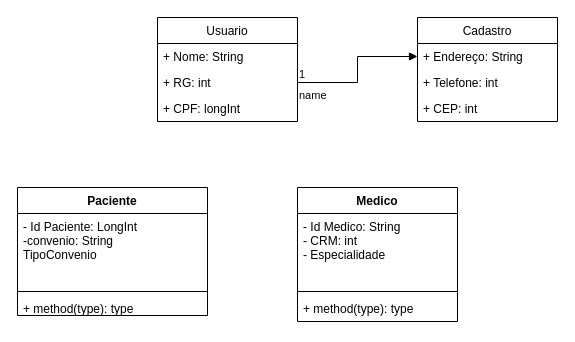
Before: Diagrama de Classe.drawio in MarcosHisamoto/chess, a draw.io diagram. Source tidied: cells renumbered, new cells numbered last; positions are measured from the earlier drawing's top-left corner, leaving out a move shared by most shapes. Both pictures are drawn from the tidied source at 100%, with x=0, y=0 at pixel (17, 17).
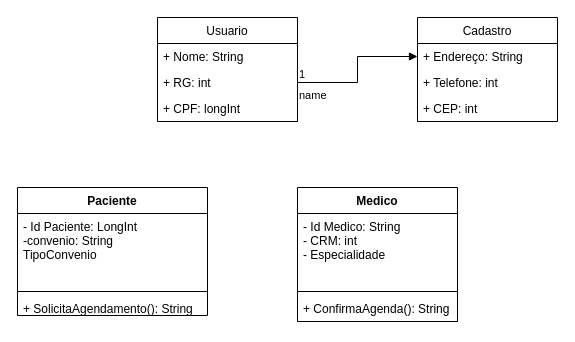
After the change.

Change to the diagram source:
```diff
@@
 <mxGraphModel>
   <root>
     <mxCell id="0" />
     <mxCell id="1" parent="0" />
     <mxCell id="2" value="Medico" style="swimlane;fontStyle=1;align=center;verticalAlign=top;horizontal=1;startSize=26;" parent="1" vertex="1">
       <mxGeometry x="280" y="170" width="160" height="134" as="geometry" />
     </mxCell>
     <mxCell id="3" value="- Id Medico: String&#10;- CRM: int&#10;- Especialidade&#10;" style="text;strokeColor=none;fillColor=none;align=left;verticalAlign=top;spacingLeft=4;spacingRight=4;overflow=hidden;" parent="2" vertex="1">
       <mxGeometry y="26" width="160" height="74" as="geometry" />
     </mxCell>
     <mxCell id="4" style="line;strokeWidth=1;fillColor=none;align=left;verticalAlign=middle;spacingTop=-1;spacingLeft=3;spacingRight=3;labelPosition=right;strokeColor=inherit;" parent="2" vertex="1">
       <mxGeometry y="100" width="160" height="8" as="geometry" />
     </mxCell>
-    <mxCell id="5" value="+ method(type): type" style="text;strokeColor=none;fillColor=none;align=left;verticalAlign=top;spacingLeft=4;spacingRight=4;overflow=hidden;" parent="2" vertex="1">
+    <mxCell id="5" value="+ ConfirmaAgenda(): String" style="text;strokeColor=none;fillColor=none;align=left;verticalAlign=top;spacingLeft=4;spacingRight=4;overflow=hidden;" parent="2" vertex="1">
       <mxGeometry y="108" width="160" height="26" as="geometry" />
     </mxCell>
     <mxCell id="6" value="Usuario" style="swimlane;fontStyle=0;horizontal=1;startSize=26;fillColor=none;" parent="1" vertex="1">
       <mxGeometry x="140" width="140" height="104" as="geometry" />
     </mxCell>
     <mxCell id="7" value="+ Nome: String" style="text;strokeColor=none;fillColor=none;align=left;verticalAlign=top;spacingLeft=4;spacingRight=4;overflow=hidden;" parent="6" vertex="1">
       <mxGeometry y="26" width="140" height="26" as="geometry" />
     </mxCell>
     <mxCell id="8" value="+ RG: int" style="text;strokeColor=none;fillColor=none;align=left;verticalAlign=top;spacingLeft=4;spacingRight=4;overflow=hidden;points=[[0,0.5],[1,0.5]];portConstraint=eastwest;" parent="6" vertex="1">
       <mxGeometry y="52" width="140" height="26" as="geometry" />
     </mxCell>
     <mxCell id="9" value="+ CPF: longInt" style="text;strokeColor=none;fillColor=none;align=left;verticalAlign=top;spacingLeft=4;spacingRight=4;overflow=hidden;" parent="6" vertex="1">
       <mxGeometry y="78" width="140" height="26" as="geometry" />
     </mxCell>
     <mxCell id="10" value="Paciente" style="swimlane;fontStyle=1;align=center;verticalAlign=top;horizontal=1;startSize=26;" parent="1" vertex="1">
       <mxGeometry y="170" width="190" height="128" as="geometry" />
     </mxCell>
     <mxCell id="11" value="- Id Paciente: LongInt&#10;-convenio: String&#10;TipoConvenio&#10;&#10;&#10;" style="text;strokeColor=none;fillColor=none;align=left;verticalAlign=top;spacingLeft=4;spacingRight=4;overflow=hidden;" parent="10" vertex="1">
       <mxGeometry y="26" width="190" height="74" as="geometry" />
     </mxCell>
     <mxCell id="12" style="line;strokeWidth=1;fillColor=none;align=left;verticalAlign=middle;spacingTop=-1;spacingLeft=3;spacingRight=3;labelPosition=right;strokeColor=inherit;" parent="10" vertex="1">
       <mxGeometry y="100" width="190" height="8" as="geometry" />
     </mxCell>
-    <mxCell id="13" value="+ method(type): type" style="text;strokeColor=none;fillColor=none;align=left;verticalAlign=top;spacingLeft=4;spacingRight=4;overflow=hidden;" parent="10" vertex="1">
+    <mxCell id="13" value="+ SolicitaAgendamento(): String" style="text;strokeColor=none;fillColor=none;align=left;verticalAlign=top;spacingLeft=4;spacingRight=4;overflow=hidden;" parent="10" vertex="1">
       <mxGeometry y="108" width="190" height="20" as="geometry" />
     </mxCell>
     <mxCell id="14" value="Cadastro" style="swimlane;fontStyle=0;horizontal=1;startSize=26;fillColor=none;" parent="1" vertex="1">
       <mxGeometry x="400" width="140" height="104" as="geometry" />
     </mxCell>
     <mxCell id="15" value="+ Endereço: String" style="text;strokeColor=none;fillColor=none;align=left;verticalAlign=top;spacingLeft=4;spacingRight=4;overflow=hidden;points=[[0,0.5],[1,0.5]];portConstraint=eastwest;" parent="14" vertex="1">
       <mxGeometry y="26" width="140" height="26" as="geometry" />
     </mxCell>
     <mxCell id="16" value="+ Telefone: int" style="text;strokeColor=none;fillColor=none;align=left;verticalAlign=top;spacingLeft=4;spacingRight=4;overflow=hidden;" parent="14" vertex="1">
       <mxGeometry y="52" width="140" height="26" as="geometry" />
     </mxCell>
     <mxCell id="17" value="+ CEP: int" style="text;strokeColor=none;fillColor=none;align=left;verticalAlign=top;spacingLeft=4;spacingRight=4;overflow=hidden;" parent="14" vertex="1">
       <mxGeometry y="78" width="140" height="26" as="geometry" />
     </mxCell>
     <mxCell id="18" value="name" style="endArrow=block;endFill=1;html=1;edgeStyle=orthogonalEdgeStyle;align=left;verticalAlign=top;rounded=0;entryX=0;entryY=0.5;entryDx=0;entryDy=0;exitX=1;exitY=0.5;exitDx=0;exitDy=0;" parent="1" edge="1" source="8" target="15">
       <mxGeometry x="-1" relative="1" as="geometry" />
     </mxCell>
     <mxCell id="19" value="1" style="edgeLabel;html=1;align=left;verticalAlign=bottom;" parent="18" vertex="1">
       <mxGeometry x="-1" relative="1" as="geometry" />
     </mxCell>
   </root>
 </mxGraphModel>
```
